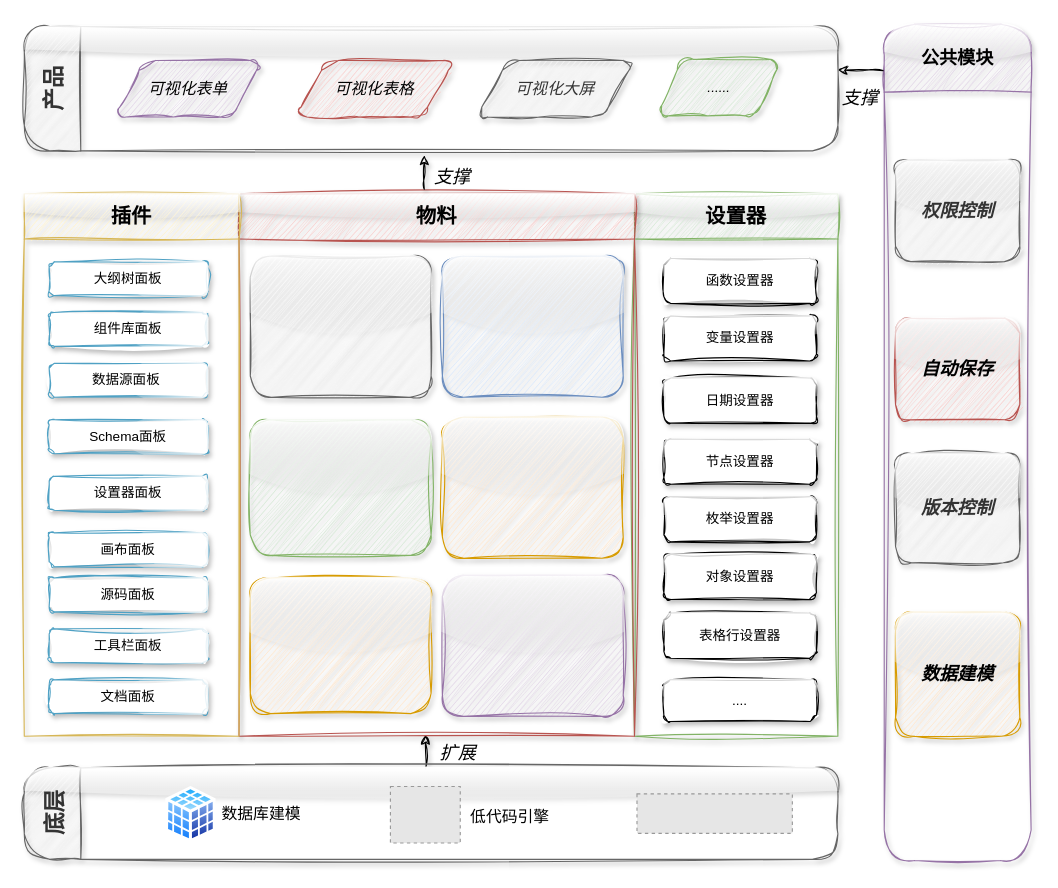
Above: 可视化架构图.drawio in tangyaosimida/love (draw.io), before the change. Source tidied: cells renumbered, new cells numbered last; positions are measured from the earlier drawing's top-left corner, leaving out a move shared by most shapes. Both pictures are drawn from the tidied source at 113%, with x=0, y=0 at pixel (24, 24). Pictures stored in the file or linked from it are replaced by grey dashed boxes.
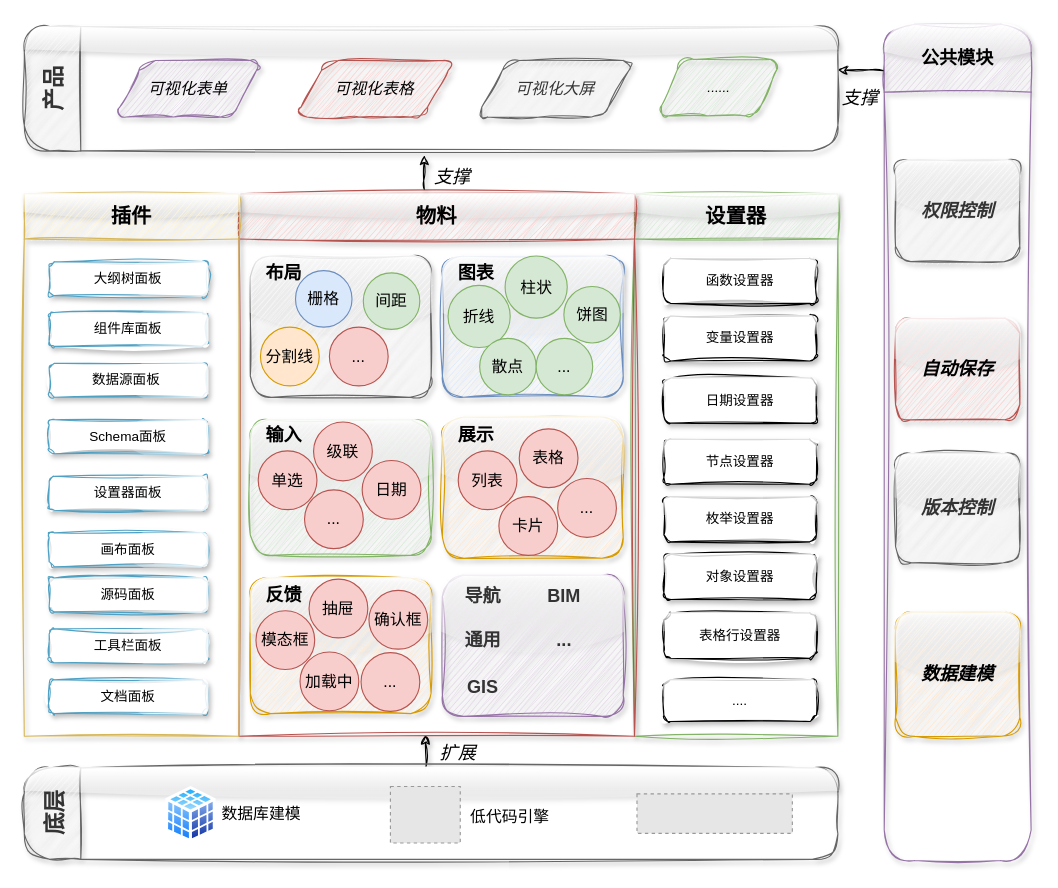
The same diagram, later.

Commit message (it also covers changes not shown here):
更新可视化架构图.drawio

The change refers to these unchanged cells:
```xml
<mxCell id="21" value="物料" style="swimlane;whiteSpace=wrap;html=1;startSize=40;fontSize=18;sketch=1;curveFitting=1;jiggle=2;shadow=1;glass=1;fillColor=#f8cecc;strokeColor=#b85450;" parent="1" vertex="1">
  <mxGeometry x="190" y="150" width="350" height="480" as="geometry" />
</mxCell>
```

Change to the diagram source:
```diff
@@
+    <mxCell id="51" value="布局" style="text;html=1;strokeColor=none;fillColor=none;align=center;verticalAlign=middle;whiteSpace=wrap;rounded=0;fontStyle=1;fontSize=16;" parent="21" vertex="1">
+      <mxGeometry x="10" y="55" width="60" height="30" as="geometry" />
+    </mxCell>
+    <mxCell id="52" value="图表" style="text;html=1;strokeColor=none;fillColor=none;align=center;verticalAlign=middle;whiteSpace=wrap;rounded=0;fontStyle=1;fontSize=16;" parent="21" vertex="1">
+      <mxGeometry x="180" y="55" width="60" height="30" as="geometry" />
+    </mxCell>
+    <mxCell id="53" value="输入" style="text;html=1;strokeColor=none;fillColor=none;align=center;verticalAlign=middle;whiteSpace=wrap;rounded=0;fontStyle=1;fontSize=16;" parent="21" vertex="1">
+      <mxGeometry x="10" y="197.5" width="60" height="30" as="geometry" />
+    </mxCell>
+    <mxCell id="54" value="展示" style="text;html=1;strokeColor=none;fillColor=none;align=center;verticalAlign=middle;whiteSpace=wrap;rounded=0;fontStyle=1;fontSize=16;" parent="21" vertex="1">
+      <mxGeometry x="180" y="197.5" width="60" height="30" as="geometry" />
+    </mxCell>
+    <mxCell id="55" value="反馈" style="text;html=1;strokeColor=none;fillColor=none;align=center;verticalAlign=middle;whiteSpace=wrap;rounded=0;fontStyle=1;fontSize=16;" parent="21" vertex="1">
+      <mxGeometry x="10" y="340" width="60" height="30" as="geometry" />
+    </mxCell>
+    <mxCell id="56" value="栅格" style="ellipse;whiteSpace=wrap;html=1;strokeColor=#6c8ebf;fillColor=#dae8fc;fontSize=14;" parent="21" vertex="1">
+      <mxGeometry x="50" y="68" width="50" height="50" as="geometry" />
+    </mxCell>
+    <mxCell id="57" value="间距" style="ellipse;whiteSpace=wrap;html=1;strokeColor=#82b366;fillColor=#d5e8d4;fontSize=14;" parent="21" vertex="1">
+      <mxGeometry x="110" y="70" width="50" height="50" as="geometry" />
+    </mxCell>
+    <mxCell id="58" value="分割线" style="ellipse;whiteSpace=wrap;html=1;strokeColor=#d79b00;fillColor=#ffe6cc;fontSize=14;" parent="21" vertex="1">
+      <mxGeometry x="19" y="118" width="52" height="52" as="geometry" />
+    </mxCell>
+    <mxCell id="59" value="..." style="ellipse;whiteSpace=wrap;html=1;strokeColor=#b85450;fillColor=#f8cecc;fontSize=14;" parent="21" vertex="1">
+      <mxGeometry x="80" y="118" width="52" height="52" as="geometry" />
+    </mxCell>
+    <mxCell id="60" value="折线" style="ellipse;whiteSpace=wrap;html=1;strokeColor=#82b366;fillColor=#d5e8d4;fontSize=14;" parent="21" vertex="1">
+      <mxGeometry x="185" y="81" width="55" height="55" as="geometry" />
+    </mxCell>
+    <mxCell id="61" value="柱状" style="ellipse;whiteSpace=wrap;html=1;strokeColor=#82b366;fillColor=#d5e8d4;fontSize=14;" parent="21" vertex="1">
+      <mxGeometry x="235.5" y="55" width="55" height="55" as="geometry" />
+    </mxCell>
+    <mxCell id="62" value="饼图" style="ellipse;whiteSpace=wrap;html=1;strokeColor=#82b366;fillColor=#d5e8d4;fontSize=14;" parent="21" vertex="1">
+      <mxGeometry x="287.5" y="82" width="50" height="50" as="geometry" />
+    </mxCell>
+    <mxCell id="63" value="散点" style="ellipse;whiteSpace=wrap;html=1;strokeColor=#82b366;fillColor=#d5e8d4;fontSize=14;" parent="21" vertex="1">
+      <mxGeometry x="213" y="128" width="50" height="50" as="geometry" />
+    </mxCell>
+    <mxCell id="64" value="..." style="ellipse;whiteSpace=wrap;html=1;strokeColor=#82b366;fillColor=#d5e8d4;fontSize=14;" parent="21" vertex="1">
+      <mxGeometry x="263" y="128" width="50" height="50" as="geometry" />
+    </mxCell>
+    <mxCell id="65" value="单选" style="ellipse;whiteSpace=wrap;html=1;strokeColor=#b85450;fillColor=#f8cecc;fontSize=14;" parent="21" vertex="1">
+      <mxGeometry x="17" y="227.5" width="52" height="52" as="geometry" />
+    </mxCell>
+    <mxCell id="66" value="级联" style="ellipse;whiteSpace=wrap;html=1;strokeColor=#b85450;fillColor=#f8cecc;fontSize=14;" parent="21" vertex="1">
+      <mxGeometry x="66" y="202" width="52" height="52" as="geometry" />
+    </mxCell>
+    <mxCell id="67" value="..." style="ellipse;whiteSpace=wrap;html=1;strokeColor=#b85450;fillColor=#f8cecc;fontSize=14;" parent="21" vertex="1">
+      <mxGeometry x="58" y="262" width="52" height="52" as="geometry" />
+    </mxCell>
+    <mxCell id="68" value="日期" style="ellipse;whiteSpace=wrap;html=1;strokeColor=#b85450;fillColor=#f8cecc;fontSize=14;" parent="21" vertex="1">
+      <mxGeometry x="109" y="236" width="52" height="52" as="geometry" />
+    </mxCell>
+    <mxCell id="69" value="模态框" style="ellipse;whiteSpace=wrap;html=1;strokeColor=#b85450;fillColor=#f8cecc;fontSize=14;" parent="21" vertex="1">
+      <mxGeometry x="15" y="369" width="52" height="52" as="geometry" />
+    </mxCell>
+    <mxCell id="70" value="抽屉" style="ellipse;whiteSpace=wrap;html=1;strokeColor=#b85450;fillColor=#f8cecc;fontSize=14;" parent="21" vertex="1">
+      <mxGeometry x="62" y="341" width="52" height="52" as="geometry" />
+    </mxCell>
+    <mxCell id="71" value="加载中" style="ellipse;whiteSpace=wrap;html=1;strokeColor=#b85450;fillColor=#f8cecc;fontSize=14;" parent="21" vertex="1">
+      <mxGeometry x="54" y="405.5" width="52" height="52" as="geometry" />
+    </mxCell>
+    <mxCell id="72" value="..." style="ellipse;whiteSpace=wrap;html=1;strokeColor=#b85450;fillColor=#f8cecc;fontSize=14;" parent="21" vertex="1">
+      <mxGeometry x="108" y="406" width="52" height="52" as="geometry" />
+    </mxCell>
+    <mxCell id="73" value="列表" style="ellipse;whiteSpace=wrap;html=1;strokeColor=#b85450;fillColor=#f8cecc;fontSize=14;" parent="21" vertex="1">
+      <mxGeometry x="194" y="227.5" width="52" height="52" as="geometry" />
+    </mxCell>
+    <mxCell id="74" value="表格" style="ellipse;whiteSpace=wrap;html=1;strokeColor=#b85450;fillColor=#f8cecc;fontSize=14;" parent="21" vertex="1">
+      <mxGeometry x="248" y="208" width="52" height="52" as="geometry" />
+    </mxCell>
+    <mxCell id="75" value="卡片" style="ellipse;whiteSpace=wrap;html=1;strokeColor=#b85450;fillColor=#f8cecc;fontSize=14;" parent="21" vertex="1">
+      <mxGeometry x="230" y="268" width="52" height="52" as="geometry" />
+    </mxCell>
+    <mxCell id="76" value="..." style="ellipse;whiteSpace=wrap;html=1;strokeColor=#b85450;fillColor=#f8cecc;fontSize=14;" parent="21" vertex="1">
+      <mxGeometry x="282" y="252" width="52" height="52" as="geometry" />
+    </mxCell>
+    <mxCell id="77" value="导航" style="text;html=1;strokeColor=none;fillColor=none;align=center;verticalAlign=middle;whiteSpace=wrap;rounded=0;fontSize=16;fontStyle=1;fontColor=#333333;" parent="21" vertex="1">
+      <mxGeometry x="186" y="341" width="60" height="30" as="geometry" />
+    </mxCell>
+    <mxCell id="78" value="通用" style="text;html=1;strokeColor=none;fillColor=none;align=center;verticalAlign=middle;whiteSpace=wrap;rounded=0;fontSize=16;fontStyle=1;fontColor=#333333;" parent="21" vertex="1">
+      <mxGeometry x="186" y="380" width="60" height="30" as="geometry" />
+    </mxCell>
+    <mxCell id="79" value="GIS" style="text;html=1;strokeColor=none;fillColor=none;align=center;verticalAlign=middle;whiteSpace=wrap;rounded=0;fontSize=16;fontStyle=1;fontColor=#333333;" parent="21" vertex="1">
+      <mxGeometry x="186" y="421" width="60" height="30" as="geometry" />
+    </mxCell>
+    <mxCell id="80" value="BIM" style="text;html=1;strokeColor=none;fillColor=none;align=center;verticalAlign=middle;whiteSpace=wrap;rounded=0;fontSize=16;fontStyle=1;fontColor=#333333;" parent="21" vertex="1">
+      <mxGeometry x="258" y="341" width="60" height="30" as="geometry" />
+    </mxCell>
+    <mxCell id="81" value="..." style="text;html=1;strokeColor=none;fillColor=none;align=center;verticalAlign=middle;whiteSpace=wrap;rounded=0;fontSize=16;fontStyle=1;fontColor=#333333;" parent="21" vertex="1">
+      <mxGeometry x="258" y="380" width="60" height="30" as="geometry" />
+    </mxCell>
@@
+    <mxCell id="82" value="确认框" style="ellipse;whiteSpace=wrap;html=1;strokeColor=#b85450;fillColor=#f8cecc;fontSize=14;" parent="1" vertex="1">
+      <mxGeometry x="305" y="501" width="52" height="52" as="geometry" />
+    </mxCell>
```
